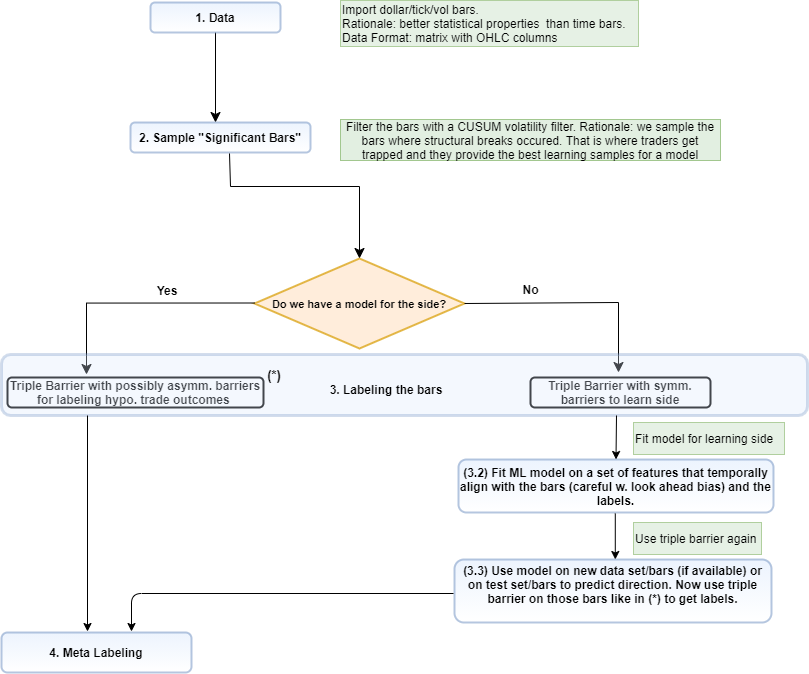
Before: Graphics/overview.png, a diagram exported from draw.io (aarzt21/MasterThesisETHZ). Source tidied: cells renumbered, new cells last; positions are measured from the earlier drawing's top-left corner, leaving out a move shared by most shapes.
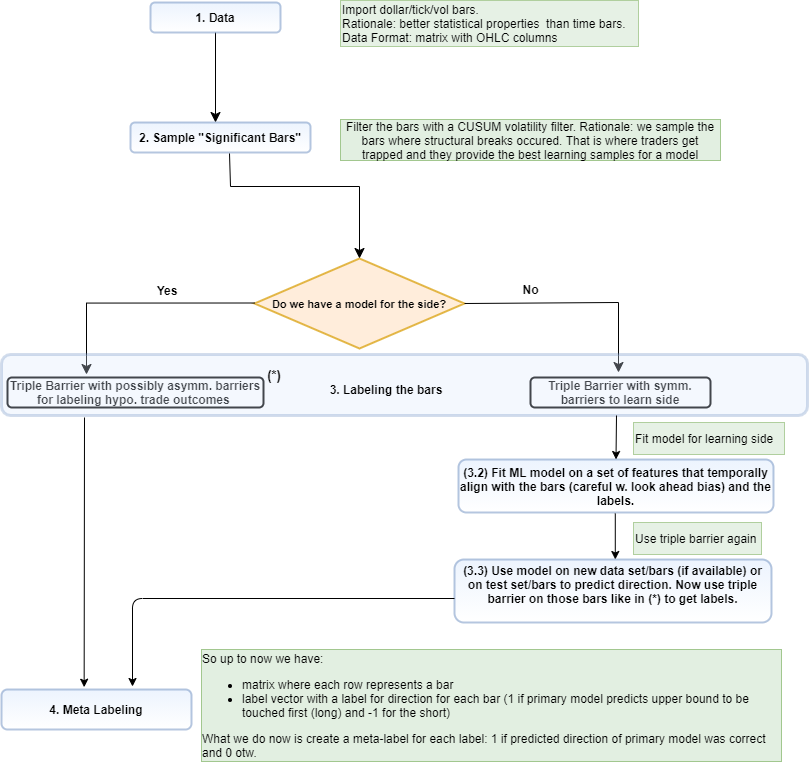
The same file after the commit.

What changed in the source:
```diff
@@ -71,7 +71,7 @@
       <mxGeometry x="318" y="379" width="134" height="20" as="geometry" />
     </mxCell>
     <mxCell id="18" value="&lt;b&gt;4. Meta Labeling&lt;/b&gt;" style="rounded=1;whiteSpace=wrap;html=1;fontSize=12;glass=0;strokeWidth=2;shadow=0;fillColor=#dae8fc;strokeColor=#6c8ebf;gradientColor=#ffffff;opacity=50;" parent="1" vertex="1">
-      <mxGeometry y="632" width="190" height="40" as="geometry" />
+      <mxGeometry y="689" width="190" height="40" as="geometry" />
     </mxCell>
     <mxCell id="19" style="endArrow=classic;html=1;strokeColor=#000000;strokeWidth=1;entryX=0.5;entryY=0;entryDx=0;entryDy=0;" parent="1" edge="1" target="20">
       <mxGeometry relative="1" as="geometry">
@@ -99,20 +99,22 @@
     <mxCell id="25" value="Use triple barrier again" style="text;html=1;strokeColor=#82b366;fillColor=#d5e8d4;align=left;verticalAlign=middle;whiteSpace=wrap;rounded=0;opacity=60;" parent="1" vertex="1">
       <mxGeometry x="632" y="522" width="128" height="32" as="geometry" />
     </mxCell>
-    <mxCell id="26" style="endArrow=classic;html=1;strokeColor=#000000;strokeWidth=1;" parent="1" edge="1">
+    <mxCell id="26" style="endArrow=classic;html=1;strokeColor=#000000;strokeWidth=1;entryX=0.435;entryY=-0.057;entryDx=0;entryDy=0;entryPerimeter=0;" parent="1" edge="1" target="18">
       <mxGeometry relative="1" as="geometry">
-        <mxPoint x="86" y="415" as="sourcePoint" />
-        <mxPoint x="86" y="631" as="targetPoint" />
+        <mxPoint x="83" y="417" as="sourcePoint" />
       </mxGeometry>
     </mxCell>
     <mxCell id="27" style="endArrow=classic;html=1;strokeColor=#000000;strokeWidth=1;" parent="1" edge="1">
       <mxGeometry relative="1" as="geometry">
-        <mxPoint x="452" y="593" as="sourcePoint" />
-        <mxPoint x="130" y="631" as="targetPoint" />
+        <mxPoint x="453" y="598" as="sourcePoint" />
+        <mxPoint x="131" y="686" as="targetPoint" />
         <Array as="points">
-          <mxPoint x="130" y="593" />
+          <mxPoint x="131" y="598" />
         </Array>
       </mxGeometry>
     </mxCell>
+    <mxCell id="28" value="&lt;div style=&quot;text-align: left&quot;&gt;&lt;span&gt;So up to now we have:&lt;/span&gt;&lt;ul&gt;&lt;li&gt;&lt;span&gt;matrix where each row represents a bar&amp;nbsp;&lt;/span&gt;&lt;/li&gt;&lt;li&gt;&lt;span&gt;label vector with a label for direction for each bar (1 if primary model predicts upper bound&amp;nbsp;&lt;/span&gt;&lt;span&gt;to be touched first (long) and -1 for the short)&lt;/span&gt;&lt;/li&gt;&lt;/ul&gt;&lt;span&gt;What we do now is create a meta-label for each label: 1 if predicted direction of primary model was correct and 0 otw.&amp;nbsp;&lt;/span&gt;&lt;span&gt;&amp;nbsp;&amp;nbsp;&lt;/span&gt;&lt;/div&gt;" style="text;html=1;strokeColor=#82b366;fillColor=#d5e8d4;align=center;verticalAlign=middle;whiteSpace=wrap;rounded=0;opacity=70;" parent="1" vertex="1">
+      <mxGeometry x="200" y="649" width="580" height="112" as="geometry" />
+    </mxCell>
   </root>
 </mxGraphModel>
```
